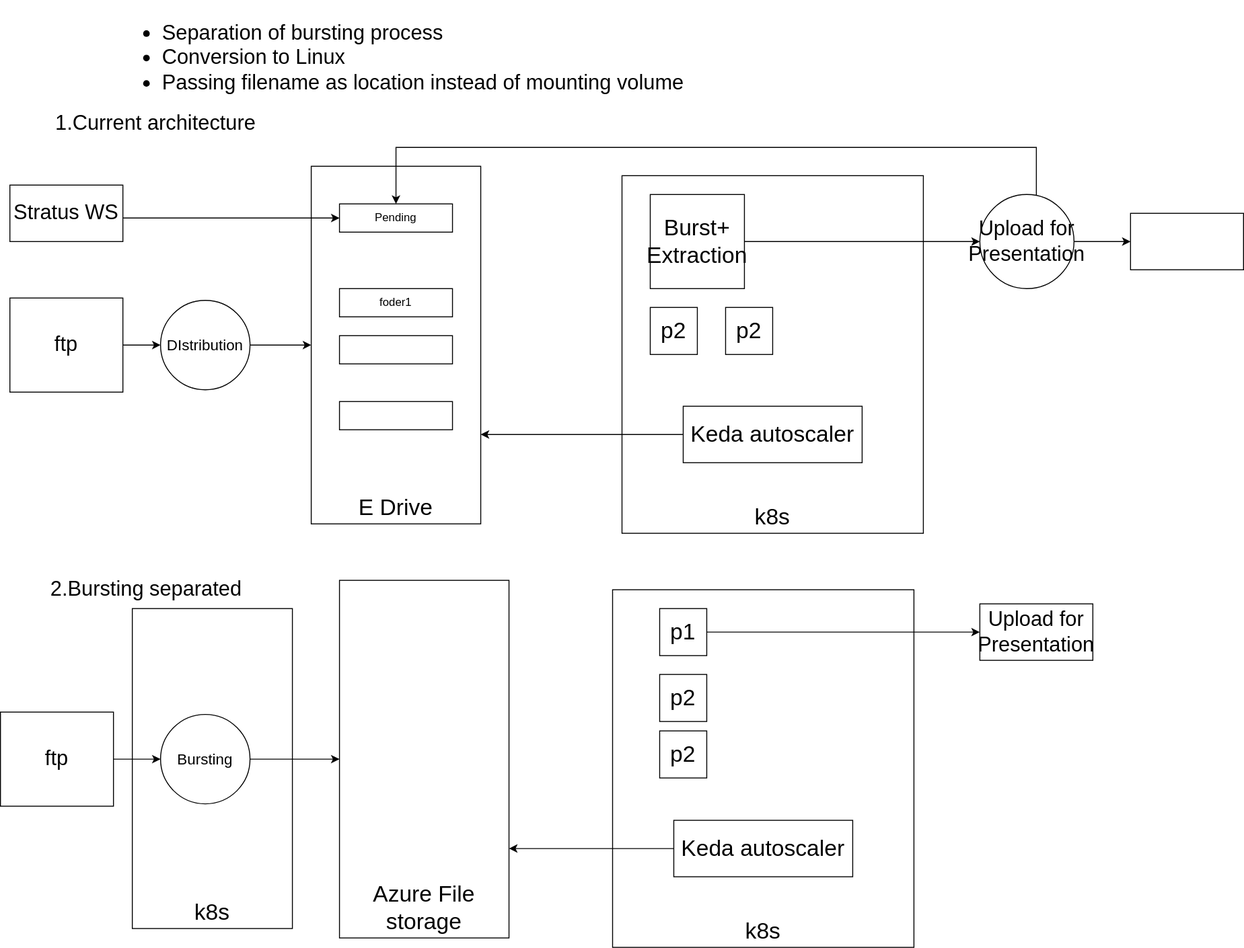
Above: pdfextractk8s.svg in vjavle/invoicecloud (draw.io), before the change. Source tidied: cells renumbered, new cells last; positions are measured from the earlier drawing's top-left corner, leaving out a move shared by most shapes.
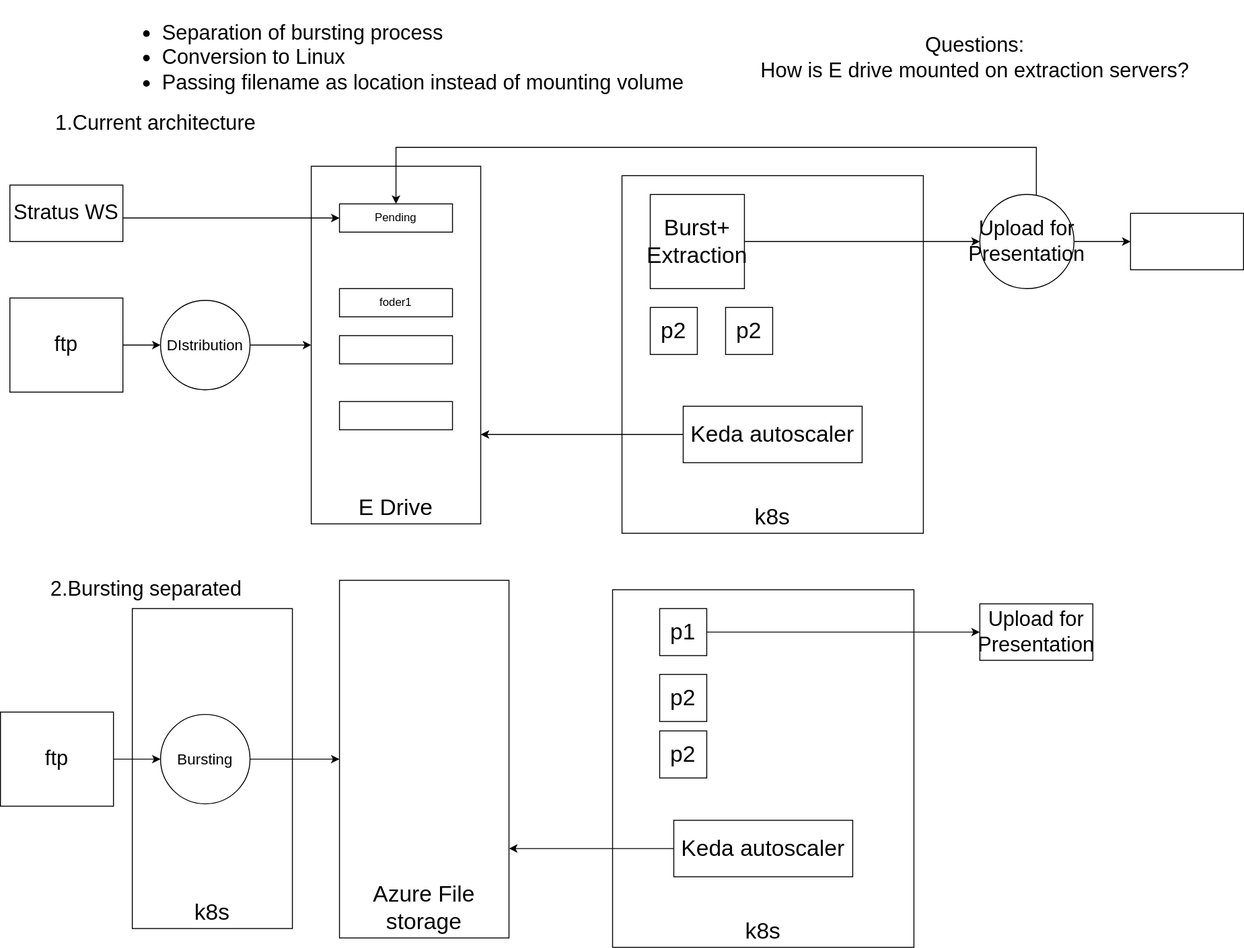
After the change.

The edit, as a diff of the source:
```diff
@@ -129,5 +129,8 @@
     <mxCell id="40" value="Stratus WS" style="rounded=0;whiteSpace=wrap;html=1;fontSize=22;" parent="1" vertex="1">
       <mxGeometry x="10" y="150" width="120" height="60" as="geometry" />
     </mxCell>
+    <mxCell id="41" value="Questions:&lt;br&gt;How is E drive mounted on extraction servers?" style="text;html=1;strokeColor=none;fillColor=none;align=center;verticalAlign=middle;whiteSpace=wrap;rounded=0;fontSize=22;" parent="1" vertex="1">
+      <mxGeometry x="800" width="470" height="30" as="geometry" />
+    </mxCell>
   </root>
 </mxGraphModel>
```
